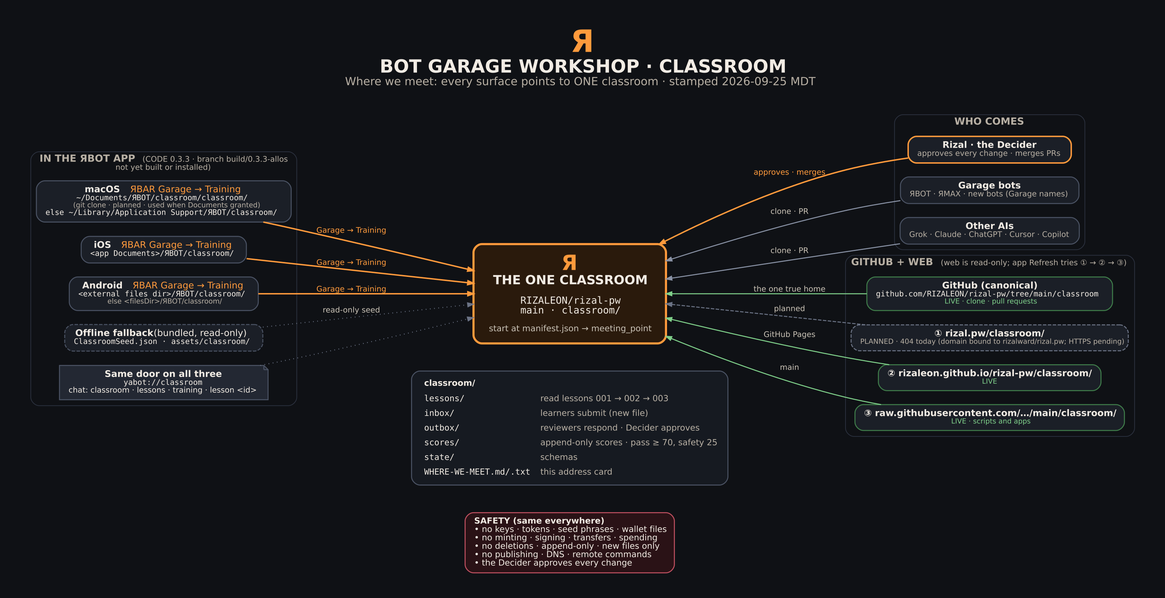
Earlier version of the Graphviz export classroom/where-we-meet.png (RIZALEON/rizal-pw). Its source is kept beside it as classroom/where-we-meet.dot.
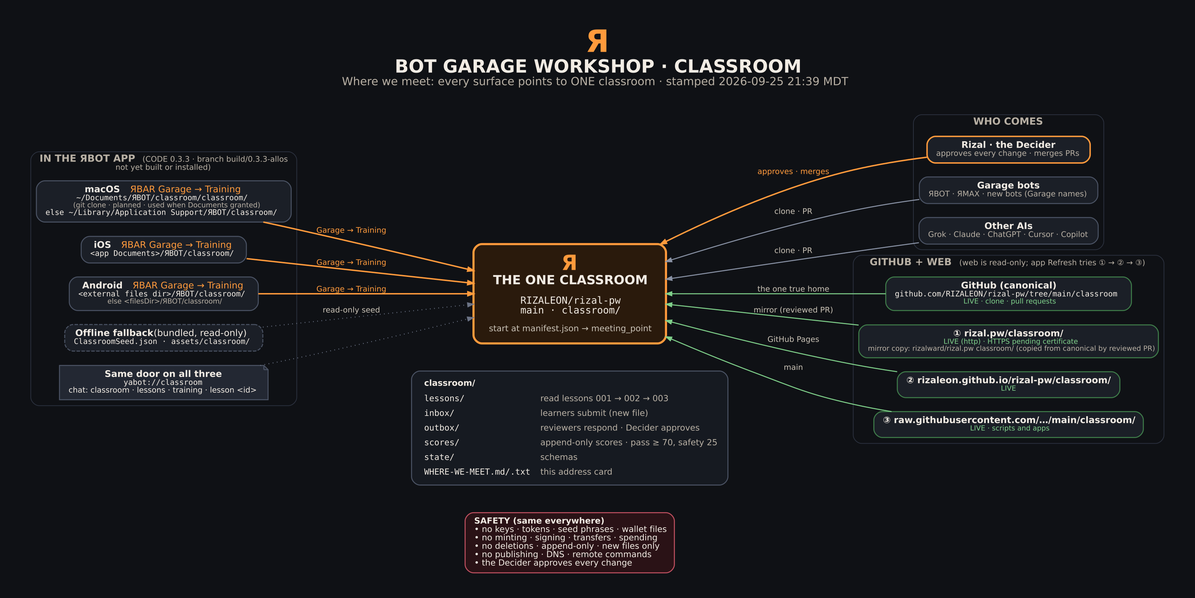
After the change.

Commit message:
classroom: rizal.pw/classroom/ LIVE over http (mirror in rizalward/rizal.pw), HTTPS pending; manifest meeting_point.mirrors; re-render map

Diff of the diagram source:
```diff
@@ -1,7 +1,7 @@
 digraph WhereWeMeet {
   graph [bgcolor="#0f1115", rankdir=LR, newrank=true, pad="0.5", nodesep="0.28", ranksep="1.0", fontname="DejaVu Sans", fontcolor="#f2ece4",
          labelloc=t, fontsize=26,
-         label=<<FONT POINT-SIZE="44" COLOR="#ff9a3c"><B>Я</B></FONT><BR/><B>BOT GARAGE WORKSHOP · CLASSROOM</B><BR/><FONT POINT-SIZE="16" COLOR="#b8b0a4">Where we meet: every surface points to ONE classroom · stamped 2026-09-25 MDT</FONT><BR/> >];
+         label=<<FONT POINT-SIZE="44" COLOR="#ff9a3c"><B>Я</B></FONT><BR/><B>BOT GARAGE WORKSHOP · CLASSROOM</B><BR/><FONT POINT-SIZE="16" COLOR="#b8b0a4">Where we meet: every surface points to ONE classroom · stamped 2026-09-25 21:39 MDT</FONT><BR/> >];
   node  [shape=box, style="rounded,filled", fillcolor="#1b1f27", color="#4a5263", fontname="DejaVu Sans", fontcolor="#f2ece4", fontsize=13, margin="0.18,0.10", penwidth=1.4];
   edge  [color="#8a93a6", fontname="DejaVu Sans", fontcolor="#c9c2b6", fontsize=11, penwidth=1.4, arrowsize=0.8];
 
@@ -24,7 +24,7 @@
   subgraph cluster_web {
     label=<<B>GITHUB + WEB</B>  <FONT POINT-SIZE="11">(web is read-only; app Refresh tries ① → ② → ③)</FONT>>; fontsize=14; fontcolor="#b8b0a4"; color="#2c3240"; style="rounded";
     gh      [label=<<B>GitHub (canonical)</B><BR/><FONT FACE="DejaVu Sans Mono" POINT-SIZE="11">github.com/RIZALEON/rizal-pw/tree/main/classroom</FONT><BR/><FONT POINT-SIZE="10" COLOR="#7fd08a">LIVE · clone · pull requests</FONT>>, color="#3f7d4a"];
-    rizalpw [label=<<B>① rizal.pw/classroom/</B><BR/><FONT POINT-SIZE="10" COLOR="#b8b0a4">PLANNED · 404 today (domain bound to rizalward/rizal.pw; HTTPS pending)&#160;</FONT>>, style="rounded,filled,dashed", color="#6b7385"];
+    rizalpw [label=<<B>① rizal.pw/classroom/</B><BR/><FONT POINT-SIZE="10" COLOR="#7fd08a">LIVE (http) · HTTPS pending certificate</FONT><BR/><FONT POINT-SIZE="10" COLOR="#b8b0a4">mirror copy: rizalward/rizal.pw classroom/ (copied from canonical by reviewed PR)</FONT>>, color="#3f7d4a"];
     pages   [label=<<B>② rizaleon.github.io/rizal-pw/classroom/</B><BR/><FONT POINT-SIZE="10" COLOR="#7fd08a">LIVE</FONT>>, color="#3f7d4a"];
     raw     [label=<<B>③ raw.githubusercontent.com/…/main/classroom/</B><BR/><FONT POINT-SIZE="10" COLOR="#7fd08a">LIVE · scripts and apps</FONT>>, color="#3f7d4a"];
   }
@@ -61,7 +61,7 @@
   home -> bots    [dir=back, label="clone · PR"];
   home -> ais     [dir=back, label="clone · PR"];
   home -> gh      [dir=back, label="the one true home", color="#7fd08a"];
-  home -> rizalpw [dir=back, style=dashed, color="#6b7385", label="planned"];
+  home -> rizalpw [dir=back, color="#7fd08a", label="mirror (reviewed PR)"];
   home -> pages   [dir=back, label="GitHub Pages", color="#7fd08a"];
   home -> raw     [dir=back, label="main", color="#7fd08a"];
 }
```
